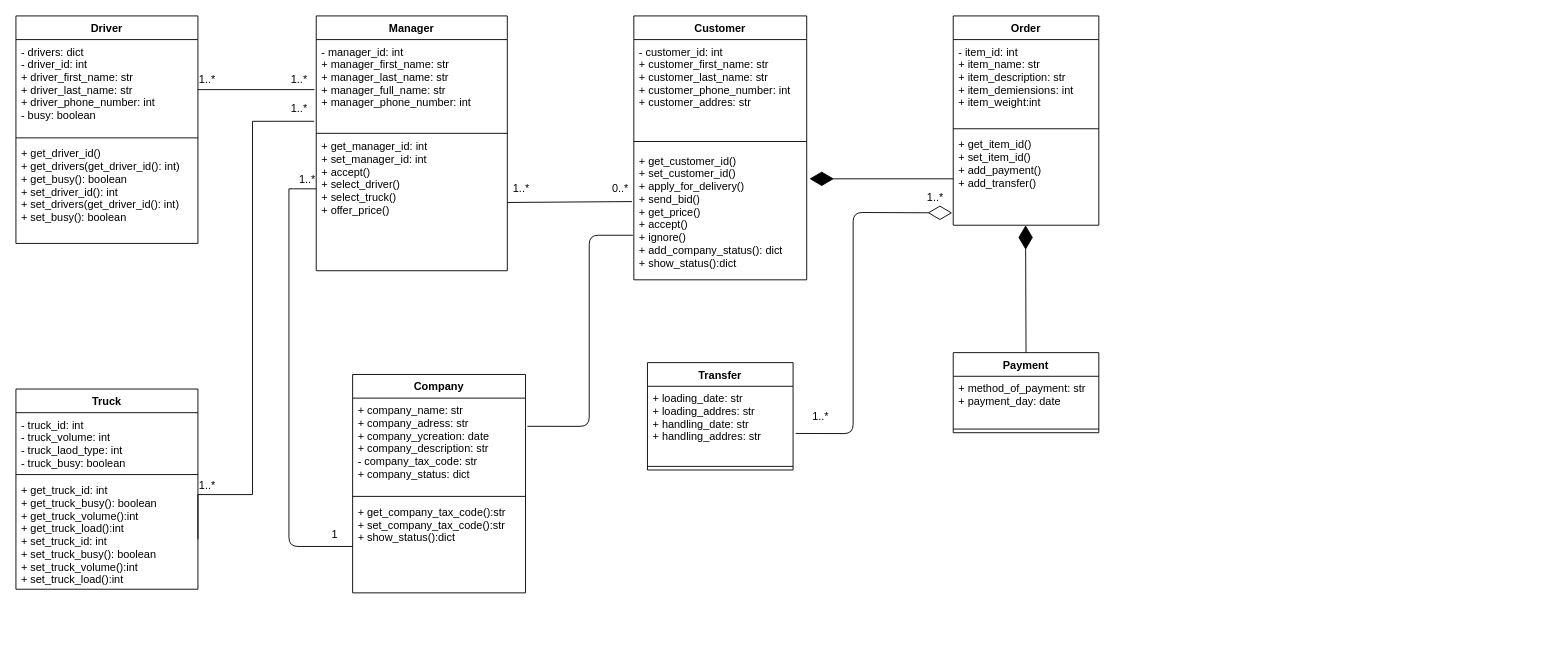
Argam431/PYTHON3-2 keeps this draw.io diagram as page "Page-1" (1 of 2) of d.drawio. Above is the earlier version. Source tidied: cells renumbered, new cells numbered last; positions are measured from the earlier drawing's top-left corner, leaving out a move shared by most shapes. Both pictures are drawn from the tidied source at 91%, with x=0, y=0 at pixel (15, 15).
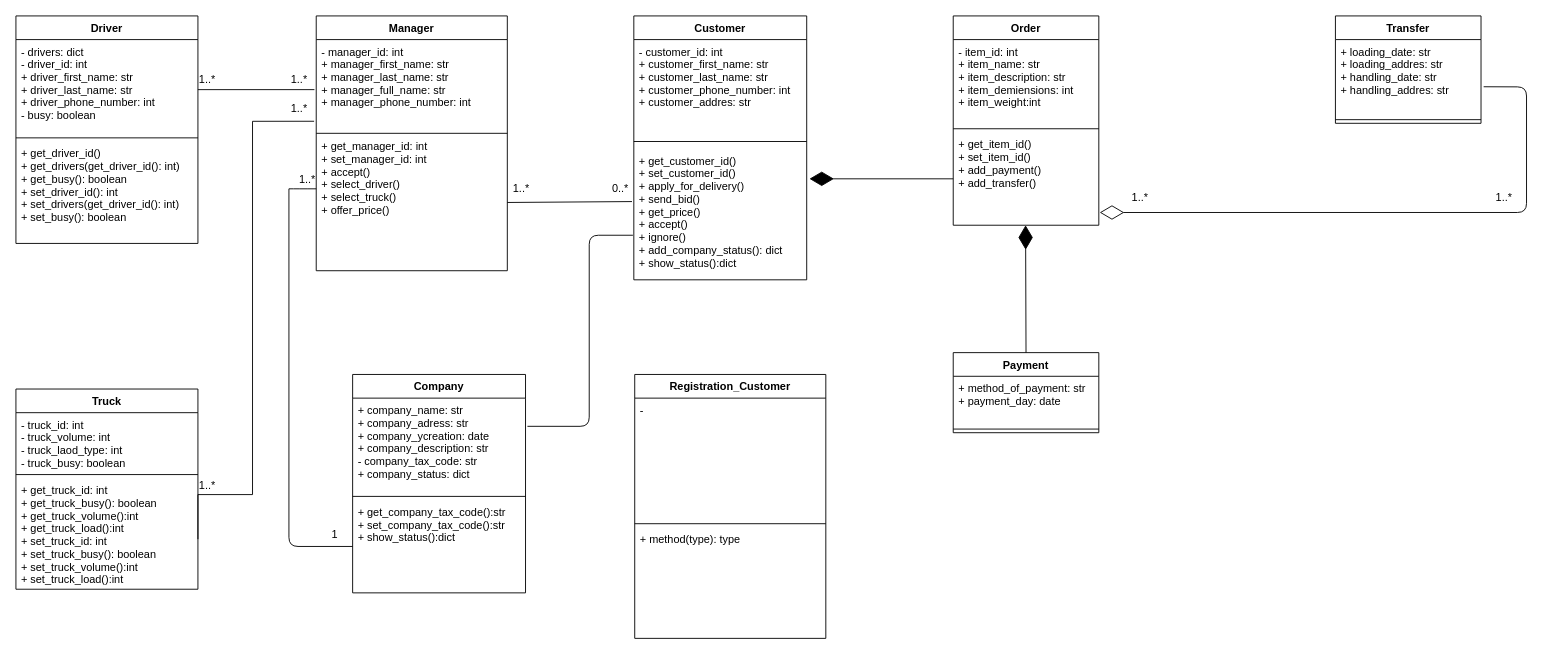
After the change.

The change refers to these unchanged cells:
```xml
<mxCell id="25" value="+ get_item_id()&#10;+ set_item_id()&#10;+ add_payment()&#10;+ add_transfer()&#10;" style="text;strokeColor=none;fillColor=none;align=left;verticalAlign=top;spacingLeft=4;spacingRight=4;overflow=hidden;points=[[0,0.5],[1,0.5]];portConstraint=eastwest;" parent="22" vertex="1">
  <mxGeometry y="128" width="160" height="102" as="geometry" />
</mxCell>
<mxCell id="27" value="+ loading_date: str&#10;+ loading_addres: str&#10;+ handling_date: str&#10;+ handling_addres: str&#10;" style="text;strokeColor=none;fillColor=none;align=left;verticalAlign=top;spacingLeft=4;spacingRight=4;overflow=hidden;points=[[0,0.5],[1,0.5]];portConstraint=eastwest;" parent="26" vertex="1">
  <mxGeometry y="26" width="160" height="84" as="geometry" />
</mxCell>
```

Diff of the diagram source:
```diff
@@
     <mxCell id="26" value="Transfer" style="swimlane;fontStyle=1;align=center;verticalAlign=top;horizontal=1;startSize=26;" parent="1" vertex="1">
-      <mxGeometry x="694" y="381" width="160" height="118" as="geometry" />
+      <mxGeometry x="1450" width="160" height="118" as="geometry" />
     </mxCell>
@@
-    <mxCell id="43" style="endArrow=diamondThin;endFill=0;endSize=24;html=1;entryX=-0.007;entryY=0.867;entryDx=0;entryDy=0;entryPerimeter=0;exitX=1.018;exitY=0.617;exitDx=0;exitDy=0;exitPerimeter=0;" parent="1" edge="1" source="27" target="25">
+    <mxCell id="43" style="endArrow=diamondThin;endFill=0;endSize=24;html=1;entryX=1.006;entryY=0.863;entryDx=0;entryDy=0;entryPerimeter=0;exitX=1.018;exitY=0.617;exitDx=0;exitDy=0;exitPerimeter=0;" parent="1" edge="1" source="27" target="25">
       <mxGeometry relative="1" as="geometry">
         <Array as="points">
-          <mxPoint x="920" y="459" />
-          <mxPoint x="920" y="216" />
+          <mxPoint x="1660" y="78" />
+          <mxPoint x="1660" y="216" />
         </Array>
       </mxGeometry>
     </mxCell>
     <mxCell id="44" value="1..*" style="text;html=1;align=center;verticalAlign=middle;strokeColor=none;" parent="1" vertex="1">
-      <mxGeometry x="869" y="430" width="30" height="20" as="geometry" />
+      <mxGeometry x="1620" y="190" width="30" height="20" as="geometry" />
     </mxCell>
     <mxCell id="45" value="1..*" style="text;html=1;align=center;verticalAlign=middle;strokeColor=none;" parent="1" vertex="1">
-      <mxGeometry x="995" y="190" width="30" height="20" as="geometry" />
+      <mxGeometry x="1220" y="190" width="30" height="20" as="geometry" />
     </mxCell>
@@
+    <mxCell id="51" value="Registration_Customer" style="swimlane;fontStyle=1;align=center;verticalAlign=top;horizontal=1;startSize=26;" parent="1" vertex="1">
+      <mxGeometry x="680" y="394" width="210" height="290" as="geometry" />
+    </mxCell>
+    <mxCell id="52" value="- " style="text;strokeColor=none;fillColor=none;align=left;verticalAlign=top;spacingLeft=4;spacingRight=4;overflow=hidden;" parent="51" vertex="1">
+      <mxGeometry y="26" width="210" height="134" as="geometry" />
+    </mxCell>
+    <mxCell id="53" style="line;strokeWidth=1;fillColor=none;align=left;verticalAlign=middle;spacingTop=-1;spacingLeft=3;spacingRight=3;labelPosition=right;" parent="51" vertex="1">
+      <mxGeometry y="160" width="210" height="8" as="geometry" />
+    </mxCell>
+    <mxCell id="54" value="+ method(type): type" style="text;strokeColor=none;fillColor=none;align=left;verticalAlign=top;spacingLeft=4;spacingRight=4;overflow=hidden;" parent="51" vertex="1">
+      <mxGeometry y="168" width="210" height="122" as="geometry" />
+    </mxCell>
```
